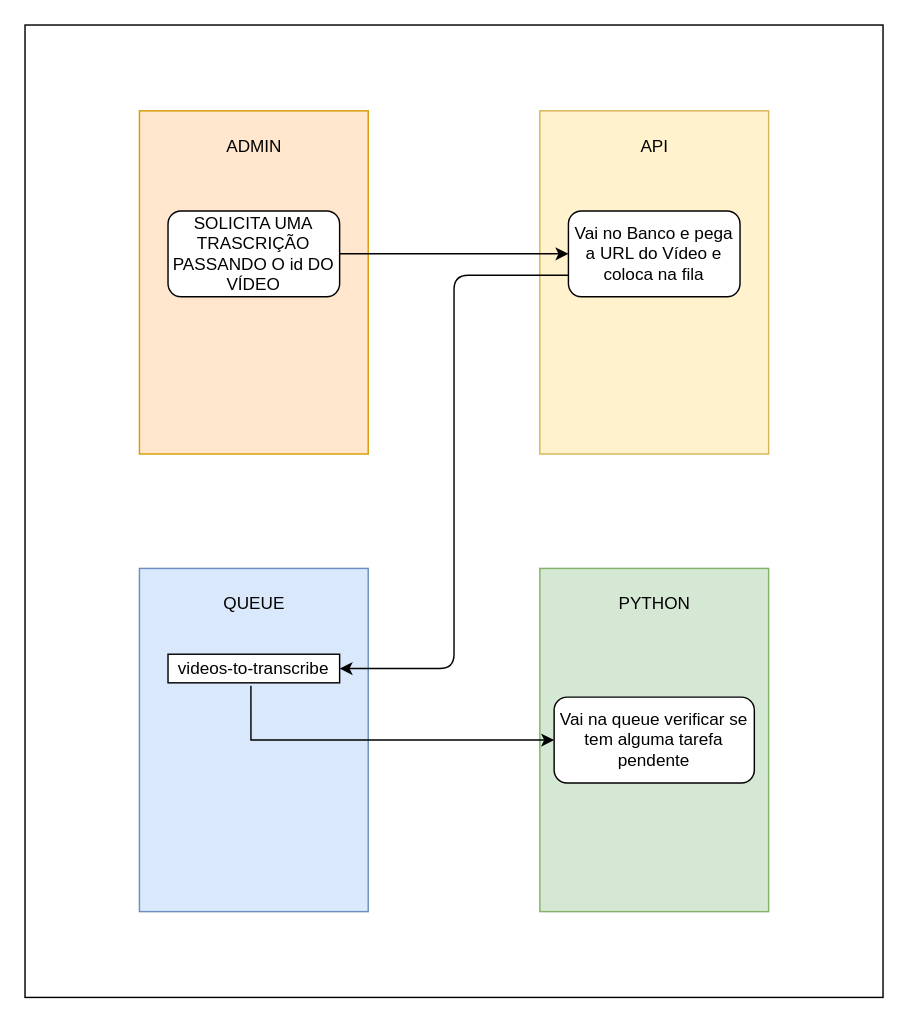
Earlier version of the draw.io diagram python/diagram.drawio (saulotarsobc/video-transcript). Source tidied: cells renumbered, new cells numbered last; positions are measured from the earlier drawing's top-left corner, leaving out a move shared by most shapes. Both pictures are drawn from the tidied source at 143%, with x=0, y=0 at pixel (24, 24).
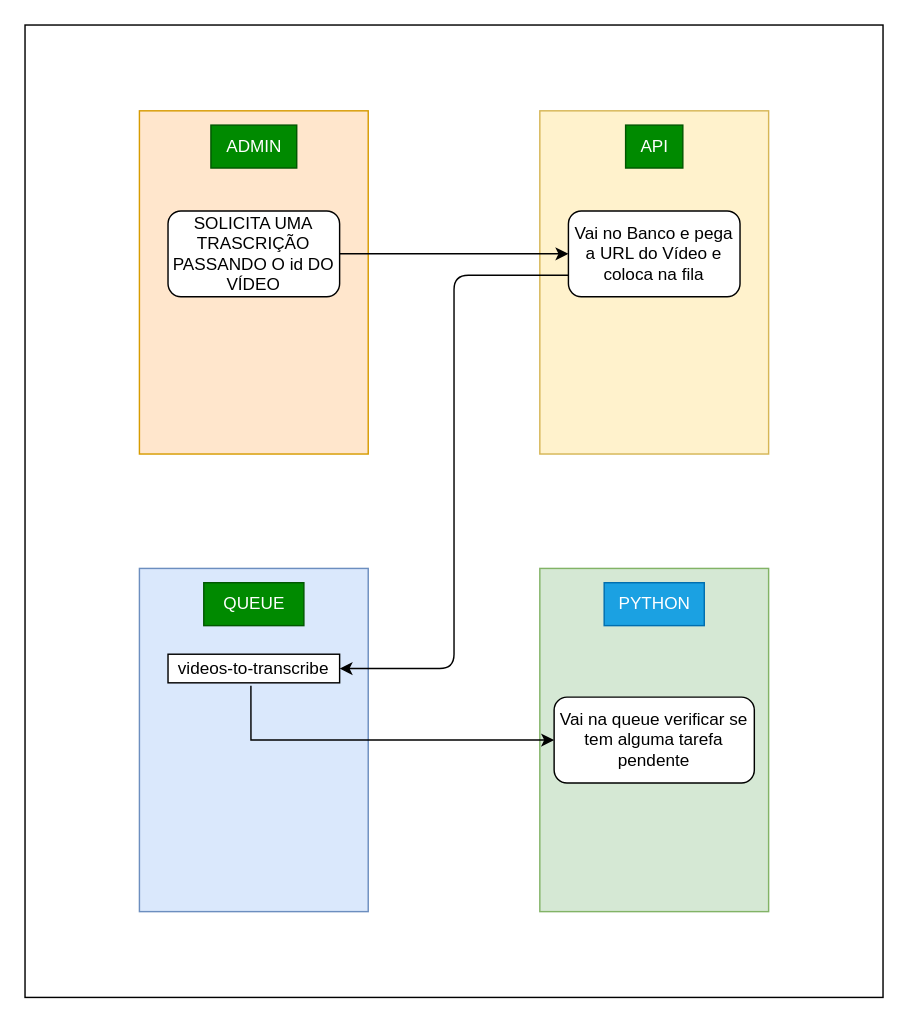
The same diagram, later.

Diff of the diagram source:
```diff
@@
 <mxGraphModel>
   <root>
     <mxCell id="0" />
     <mxCell id="1" parent="0" />
     <mxCell id="2" style="rounded=0;whiteSpace=wrap;html=1;" parent="1" vertex="1">
       <mxGeometry width="600" height="680" as="geometry" />
     </mxCell>
     <mxCell id="3" style="rounded=0;whiteSpace=wrap;html=1;fillColor=#ffe6cc;strokeColor=#d79b00;" parent="1" vertex="1">
       <mxGeometry x="80" y="60" width="160" height="240" as="geometry" />
     </mxCell>
     <mxCell id="4" style="rounded=0;whiteSpace=wrap;html=1;fillColor=#fff2cc;strokeColor=#d6b656;" parent="1" vertex="1">
       <mxGeometry x="360" y="60" width="160" height="240" as="geometry" />
     </mxCell>
     <mxCell id="5" style="rounded=0;whiteSpace=wrap;html=1;fillColor=#d5e8d4;strokeColor=#82b366;" parent="1" vertex="1">
       <mxGeometry x="360" y="380" width="160" height="240" as="geometry" />
     </mxCell>
     <mxCell id="6" style="rounded=0;whiteSpace=wrap;html=1;fillColor=#dae8fc;strokeColor=#6c8ebf;" parent="1" vertex="1">
       <mxGeometry x="80" y="380" width="160" height="240" as="geometry" />
     </mxCell>
-    <mxCell id="7" value="ADMIN" style="text;html=1;align=center;verticalAlign=middle;strokeColor=none;fillColor=none;" parent="1" vertex="1">
+    <mxCell id="7" value="ADMIN" style="text;html=1;align=center;verticalAlign=middle;strokeColor=#005700;fillColor=#008a00;fontColor=#ffffff;" parent="1" vertex="1">
       <mxGeometry x="130" y="70" width="60" height="30" as="geometry" />
     </mxCell>
-    <mxCell id="8" value="API" style="text;html=1;align=center;verticalAlign=middle;strokeColor=none;fillColor=none;" parent="1" vertex="1">
+    <mxCell id="8" value="API" style="text;html=1;align=center;verticalAlign=middle;strokeColor=#005700;fillColor=#008a00;fontColor=#ffffff;" parent="1" vertex="1">
       <mxGeometry x="420" y="70" width="40" height="30" as="geometry" />
     </mxCell>
-    <mxCell id="9" value="QUEUE" style="text;html=1;align=center;verticalAlign=middle;strokeColor=none;fillColor=none;" parent="1" vertex="1">
+    <mxCell id="9" value="QUEUE" style="text;html=1;align=center;verticalAlign=middle;strokeColor=#005700;fillColor=#008a00;fontColor=#ffffff;" parent="1" vertex="1">
       <mxGeometry x="125" y="390" width="70" height="30" as="geometry" />
     </mxCell>
-    <mxCell id="10" value="PYTHON" style="text;html=1;align=center;verticalAlign=middle;strokeColor=none;fillColor=none;" parent="1" vertex="1">
+    <mxCell id="10" value="PYTHON" style="text;html=1;align=center;verticalAlign=middle;strokeColor=#006EAF;fillColor=#1ba1e2;fontColor=#ffffff;" parent="1" vertex="1">
       <mxGeometry x="405" y="390" width="70" height="30" as="geometry" />
     </mxCell>
     <mxCell id="11" style="edgeStyle=orthogonalEdgeStyle;rounded=1;jettySize=auto;html=1;flowAnimation=1;curved=0;" parent="1" edge="1" source="12" target="13">
       <mxGeometry relative="1" as="geometry" />
     </mxCell>
     <mxCell id="12" value="SOLICITA UMA TRASCRIÇÃO PASSANDO O id DO VÍDEO" style="rounded=1;whiteSpace=wrap;html=1;" parent="1" vertex="1">
       <mxGeometry x="100" y="130" width="120" height="60" as="geometry" />
     </mxCell>
     <mxCell id="13" value="Vai no Banco e pega a URL do Vídeo e coloca na fila" style="rounded=1;whiteSpace=wrap;html=1;" parent="1" vertex="1">
       <mxGeometry x="380" y="130" width="120" height="60" as="geometry" />
     </mxCell>
     <mxCell id="14" style="edgeStyle=orthogonalEdgeStyle;rounded=1;jettySize=auto;html=1;exitX=0;exitY=0.75;exitDx=0;exitDy=0;entryX=1;entryY=0.5;entryDx=0;entryDy=0;flowAnimation=1;curved=0;" parent="1" edge="1" source="13" target="16">
       <mxGeometry relative="1" as="geometry" />
     </mxCell>
     <mxCell id="15" value="Vai na queue verificar se tem alguma tarefa pendente" style="rounded=1;whiteSpace=wrap;html=1;" parent="1" vertex="1">
       <mxGeometry x="370" y="470" width="140" height="60" as="geometry" />
     </mxCell>
     <mxCell id="16" value="videos-to-transcribe" style="rounded=0;whiteSpace=wrap;html=1;" parent="1" vertex="1">
       <mxGeometry x="100" y="440" width="120" height="20" as="geometry" />
     </mxCell>
     <mxCell id="17" style="edgeStyle=orthogonalEdgeStyle;rounded=0;jettySize=auto;html=1;flowAnimation=1;exitX=0.483;exitY=1.1;exitDx=0;exitDy=0;entryX=0;entryY=0.5;entryDx=0;entryDy=0;exitPerimeter=0;" parent="1" edge="1" source="16" target="15">
       <mxGeometry relative="1" as="geometry">
         <Array as="points">
           <mxPoint x="158" y="500" />
         </Array>
       </mxGeometry>
     </mxCell>
   </root>
 </mxGraphModel>
```
